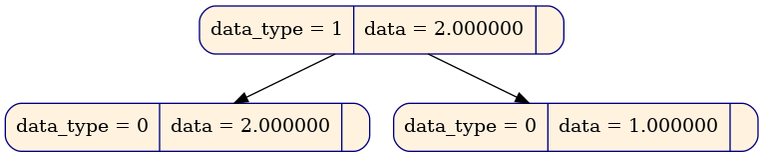
Before: diff_tree/gr_dump/diff_tree_8.dot.png, a diagram exported from Graphviz (pupach/diff_tree). Its source is kept beside it as diff_tree/gr_dump/diff_tree_8.dot. Source of this version:
```dot
digraph
{
node [shape = Mrecord, color  = "navy", style = "filled"];
node0x6200000000b8[label = " data_type = 1 | data = 2.000000 | ", fillcolor = "#fff3e0", rank = 0];
node0x6200000000f0[label = " data_type = 0 | data = 2.000000 | ", fillcolor = "#fff3e0", rank = 1];
node0x620000000128[label = " data_type = 0 | data = 1.000000 | ", fillcolor = "#fff3e0", rank = 1];
node0x6200000000b8 -> node0x6200000000f0;
node0x6200000000b8 -> node0x620000000128;
}
```
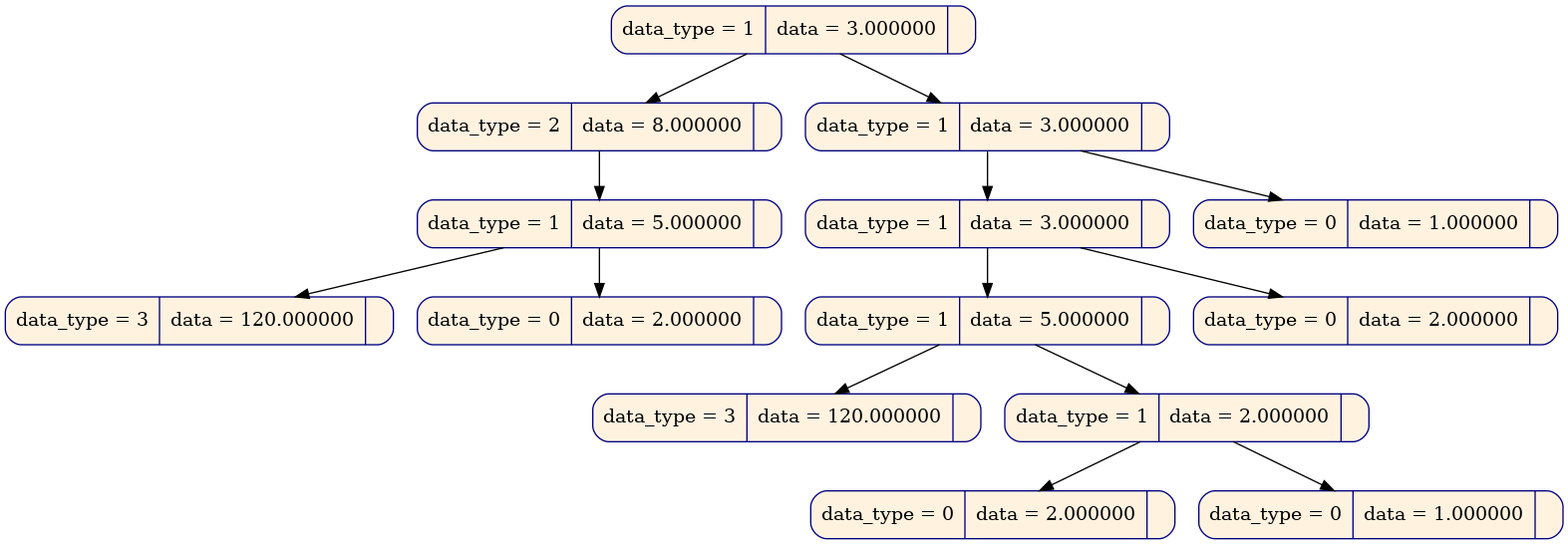
The same file after the commit.

The edit, as a diff of the source:
```diff
@@ -1,9 +1,31 @@
 digraph
 {
 node [shape = Mrecord, color  = "navy", style = "filled"];
-node0x6200000000b8[label = " data_type = 1 | data = 2.000000 | ", fillcolor = "#fff3e0", rank = 0];
-node0x6200000000f0[label = " data_type = 0 | data = 2.000000 | ", fillcolor = "#fff3e0", rank = 1];
-node0x620000000128[label = " data_type = 0 | data = 1.000000 | ", fillcolor = "#fff3e0", rank = 1];
-node0x6200000000b8 -> node0x6200000000f0;
-node0x6200000000b8 -> node0x620000000128;
+node0x625000002900[label = " data_type = 1 | data = 3.000000 | ", fillcolor = "#fff3e0", rank = 0];
+node0x625000002938[label = " data_type = 2 | data = 8.000000 | ", fillcolor = "#fff3e0", rank = 1];
+node0x625000002970[label = " data_type = 1 | data = 5.000000 | ", fillcolor = "#fff3e0", rank = 2];
+node0x6250000029a8[label = " data_type = 3 | data = 120.000000 | ", fillcolor = "#fff3e0", rank = 3];
+node0x6250000029e0[label = " data_type = 0 | data = 2.000000 | ", fillcolor = "#fff3e0", rank = 3];
+node0x625000002a18[label = " data_type = 1 | data = 3.000000 | ", fillcolor = "#fff3e0", rank = 1];
+node0x625000002a50[label = " data_type = 1 | data = 3.000000 | ", fillcolor = "#fff3e0", rank = 2];
+node0x625000002a88[label = " data_type = 1 | data = 5.000000 | ", fillcolor = "#fff3e0", rank = 3];
+node0x625000002ac0[label = " data_type = 3 | data = 120.000000 | ", fillcolor = "#fff3e0", rank = 4];
+node0x625000002af8[label = " data_type = 1 | data = 2.000000 | ", fillcolor = "#fff3e0", rank = 4];
+node0x625000002b30[label = " data_type = 0 | data = 2.000000 | ", fillcolor = "#fff3e0", rank = 5];
+node0x625000002b68[label = " data_type = 0 | data = 1.000000 | ", fillcolor = "#fff3e0", rank = 5];
+node0x625000002ba0[label = " data_type = 0 | data = 2.000000 | ", fillcolor = "#fff3e0", rank = 3];
+node0x625000002bd8[label = " data_type = 0 | data = 1.000000 | ", fillcolor = "#fff3e0", rank = 2];
+node0x625000002900 -> node0x625000002938;
+node0x625000002938 -> node0x625000002970;
+node0x625000002970 -> node0x6250000029a8;
+node0x625000002970 -> node0x6250000029e0;
+node0x625000002900 -> node0x625000002a18;
+node0x625000002a18 -> node0x625000002a50;
+node0x625000002a50 -> node0x625000002a88;
+node0x625000002a88 -> node0x625000002ac0;
+node0x625000002a88 -> node0x625000002af8;
+node0x625000002af8 -> node0x625000002b30;
+node0x625000002af8 -> node0x625000002b68;
+node0x625000002a50 -> node0x625000002ba0;
+node0x625000002a18 -> node0x625000002bd8;
 }
```
